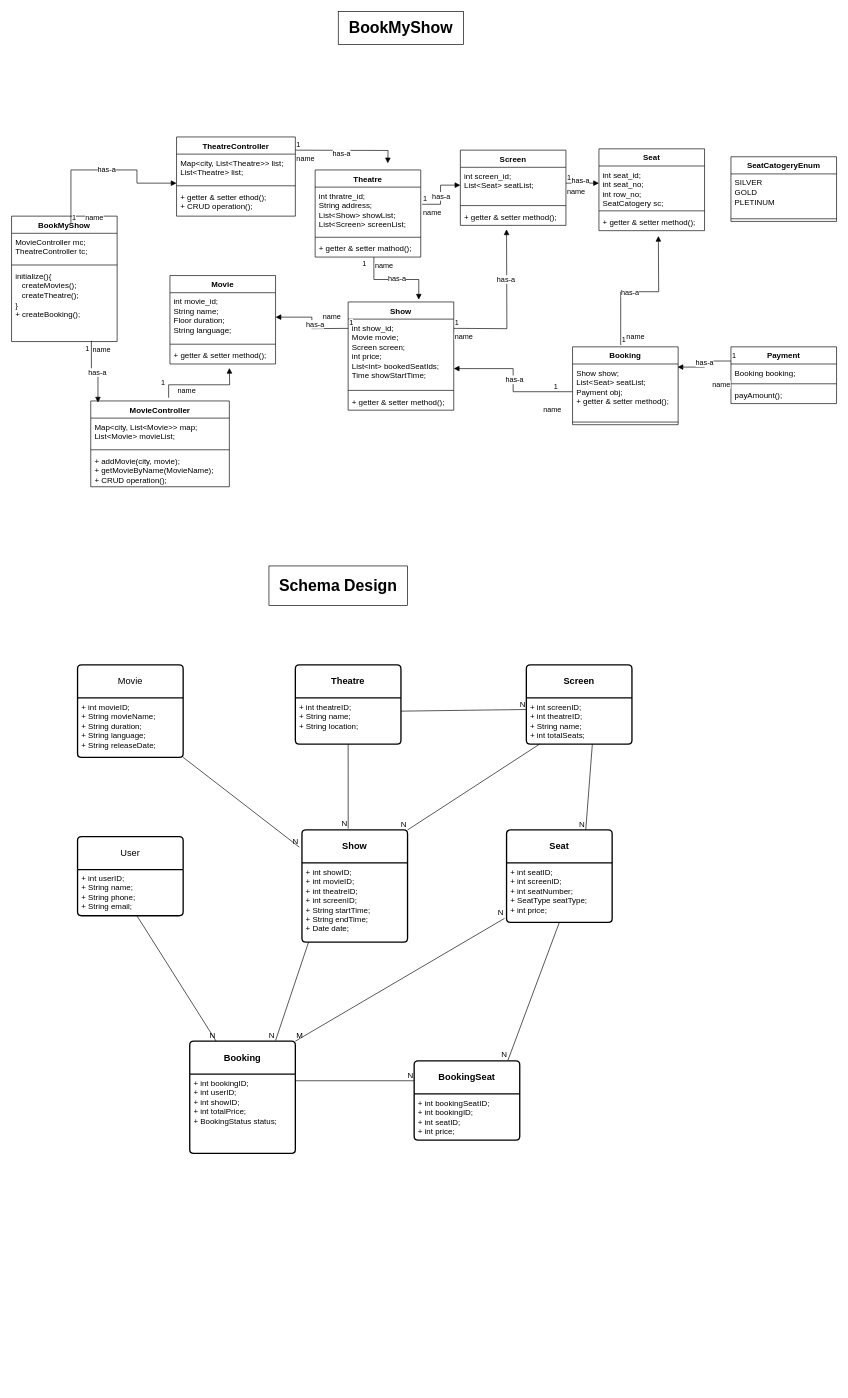
aryan113/UML-diagram keeps this draw.io diagram as page "BookMyShow" (3 of 14) of Untitled Diagram.drawio. Above is the earlier version. Source tidied: cells renumbered, new cells numbered last; positions are measured from the earlier drawing's top-left corner, leaving out a move shared by most shapes. Both pictures are drawn from the tidied source at 66%, with x=0, y=0 at pixel (11, 11).
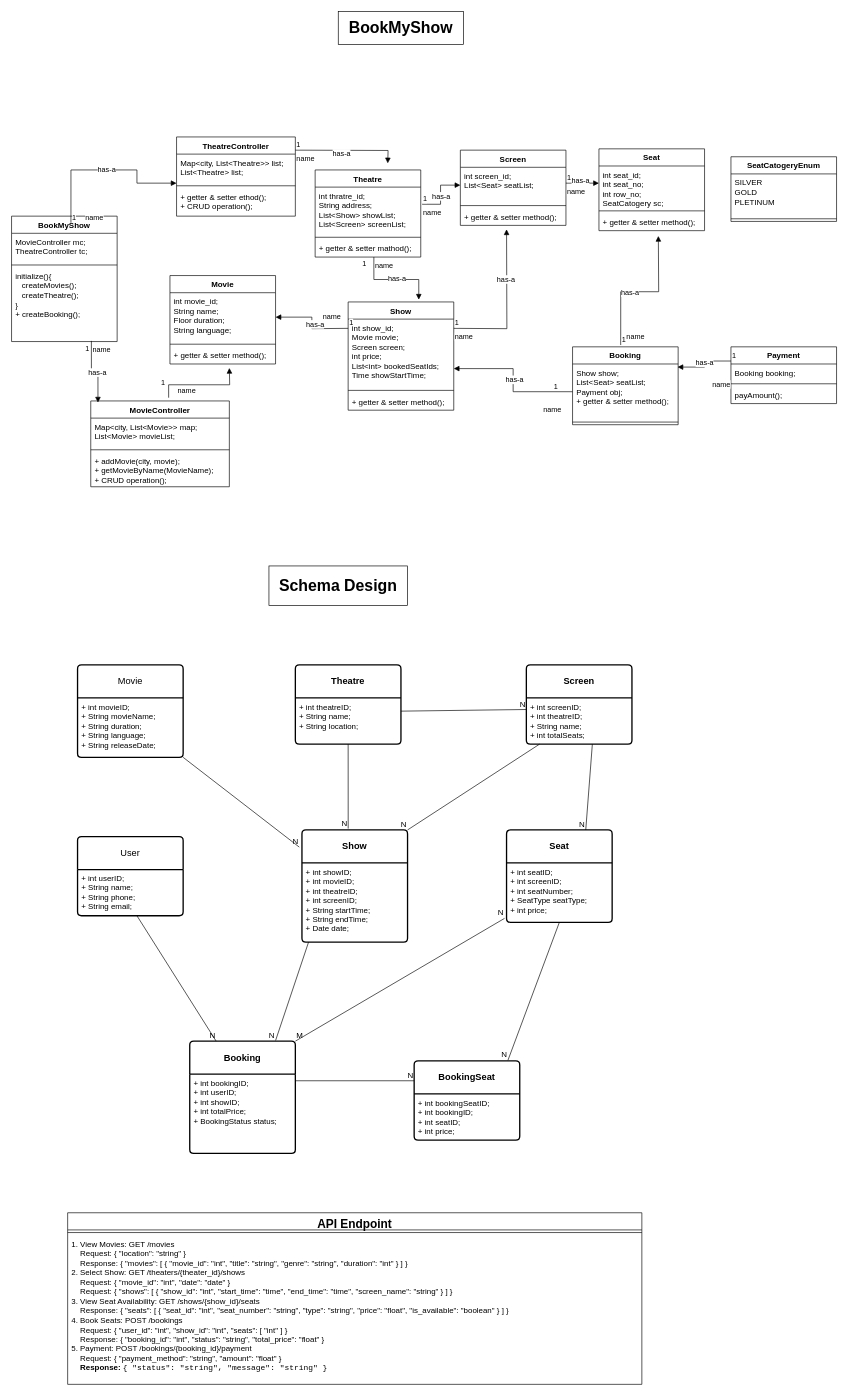
The same page after the edit.

Diff of the diagram source:
```diff
@@
+    <mxCell id="119" value="&lt;font style=&quot;font-size: 18px;&quot;&gt;API Endpoint&lt;/font&gt;" style="swimlane;fontStyle=1;align=center;verticalAlign=top;horizontal=1;startSize=26;whiteSpace=wrap;html=1;" parent="1" vertex="1">
+      <mxGeometry x="85" y="1820" width="870" height="260" as="geometry" />
+    </mxCell>
+    <mxCell id="120" style="line;strokeWidth=1;fillColor=none;align=left;verticalAlign=middle;spacingTop=-1;spacingLeft=3;spacingRight=3;labelPosition=right;strokeColor=inherit;" parent="119" vertex="1">
+      <mxGeometry y="26" width="870" height="8" as="geometry" />
+    </mxCell>
+    <mxCell id="121" value="1. View Movies: GET /movies&lt;div&gt;&amp;nbsp; &amp;nbsp; Request: &lt;span style=&quot;background-color: initial;&quot;&gt;{ &quot;location&quot;: &quot;string&quot; }&lt;/span&gt;&lt;/div&gt;&lt;div&gt;&lt;span style=&quot;background-color: initial;&quot;&gt;&amp;nbsp; &amp;nbsp; Response:&amp;nbsp;&lt;/span&gt;&lt;span style=&quot;background-color: initial;&quot;&gt;{ &quot;movies&quot;: [ { &quot;movie_id&quot;: &quot;int&quot;, &quot;title&quot;: &quot;string&quot;, &quot;genre&quot;: &quot;string&quot;, &quot;duration&quot;: &quot;int&quot; } ] }&lt;/span&gt;&lt;/div&gt;&lt;div&gt;&lt;span style=&quot;background-color: initial;&quot;&gt;2.&amp;nbsp;&lt;/span&gt;&lt;span style=&quot;background-color: initial;&quot;&gt;Select Show:&amp;nbsp;&lt;/span&gt;&lt;span style=&quot;background-color: initial;&quot;&gt;GET /theaters/{theater_id}/shows&lt;/span&gt;&lt;/div&gt;&lt;div&gt;&lt;span style=&quot;background-color: initial;&quot;&gt;&amp;nbsp; &amp;nbsp; Request:&amp;nbsp;&lt;/span&gt;&lt;span style=&quot;background-color: initial;&quot;&gt;{ &quot;movie_id&quot;: &quot;int&quot;, &quot;date&quot;: &quot;date&quot; }&lt;/span&gt;&lt;/div&gt;&lt;div&gt;&lt;span style=&quot;background-color: initial;&quot;&gt;&amp;nbsp; &amp;nbsp; Request:&amp;nbsp;&lt;/span&gt;&lt;span style=&quot;background-color: initial;&quot;&gt;{ &quot;shows&quot;: [ { &quot;show_id&quot;: &quot;int&quot;, &quot;start_time&quot;: &quot;time&quot;, &quot;end_time&quot;: &quot;time&quot;, &quot;screen_name&quot;: &quot;string&quot; } ] }&lt;/span&gt;&lt;/div&gt;&lt;div&gt;&lt;span style=&quot;background-color: initial;&quot;&gt;3.&amp;nbsp;&lt;/span&gt;&lt;span style=&quot;background-color: initial;&quot;&gt;View Seat Availability:&amp;nbsp;&lt;/span&gt;&lt;span style=&quot;background-color: initial;&quot;&gt;GET /shows/{show_id}/seats&lt;/span&gt;&lt;/div&gt;&lt;div&gt;&lt;span style=&quot;background-color: initial;&quot;&gt;&amp;nbsp; &amp;nbsp; Response:&amp;nbsp;&lt;/span&gt;&lt;span style=&quot;background-color: initial;&quot;&gt;{ &quot;seats&quot;: [ { &quot;seat_id&quot;: &quot;int&quot;, &quot;seat_number&quot;: &quot;string&quot;, &quot;type&quot;: &quot;string&quot;, &quot;price&quot;: &quot;float&quot;, &quot;is_available&quot;: &quot;boolean&quot; } ] }&lt;/span&gt;&lt;/div&gt;&lt;div&gt;&lt;span style=&quot;background-color: initial;&quot;&gt;4.&amp;nbsp;&lt;/span&gt;&lt;span style=&quot;background-color: initial;&quot;&gt;Book Seats:&amp;nbsp;&lt;/span&gt;&lt;span style=&quot;background-color: initial;&quot;&gt;POST /bookings&lt;/span&gt;&lt;/div&gt;&lt;div&gt;&lt;span style=&quot;background-color: initial;&quot;&gt;&amp;nbsp; &amp;nbsp; Request:&amp;nbsp;&lt;/span&gt;&lt;span style=&quot;background-color: initial;&quot;&gt;{ &quot;user_id&quot;: &quot;int&quot;, &quot;show_id&quot;: &quot;int&quot;, &quot;seats&quot;: [ &quot;int&quot; ] }&lt;/span&gt;&lt;/div&gt;&lt;div&gt;&lt;span style=&quot;background-color: initial;&quot;&gt;&amp;nbsp; &amp;nbsp; Response:&amp;nbsp;&lt;/span&gt;&lt;span style=&quot;background-color: initial;&quot;&gt;{ &quot;booking_id&quot;: &quot;int&quot;, &quot;status&quot;: &quot;string&quot;, &quot;total_price&quot;: &quot;float&quot; }&lt;/span&gt;&lt;/div&gt;&lt;div&gt;&lt;span style=&quot;background-color: initial;&quot;&gt;5.&amp;nbsp;&lt;/span&gt;&lt;span style=&quot;background-color: initial;&quot;&gt;Payment:&amp;nbsp;&lt;/span&gt;&lt;span style=&quot;background-color: initial;&quot;&gt;POST /bookings/{booking_id}/payment&lt;/span&gt;&lt;/div&gt;&lt;div&gt;&lt;span style=&quot;background-color: initial;&quot;&gt;&amp;nbsp; &amp;nbsp; Request:&amp;nbsp;&lt;/span&gt;&lt;span style=&quot;background-color: initial;&quot;&gt;{ &quot;payment_method&quot;: &quot;string&quot;, &quot;amount&quot;: &quot;float&quot; }&lt;/span&gt;&lt;/div&gt;&lt;div&gt;&lt;span style=&quot;background-color: initial;&quot;&gt;&amp;nbsp; &amp;nbsp;&amp;nbsp;&lt;/span&gt;&lt;strong style=&quot;background-color: initial;&quot;&gt;Response:&lt;/strong&gt;&lt;span style=&quot;background-color: initial;&quot;&gt; &lt;/span&gt;&lt;code style=&quot;background-color: initial;&quot;&gt;{ &quot;status&quot;: &quot;string&quot;, &quot;message&quot;: &quot;string&quot; }&lt;/code&gt;&lt;/div&gt;" style="text;strokeColor=none;fillColor=none;align=left;verticalAlign=top;spacingLeft=4;spacingRight=4;overflow=hidden;whiteSpace=wrap;html=1;" parent="119" vertex="1">
+      <mxGeometry y="34" width="870" height="226" as="geometry" />
+    </mxCell>
```
